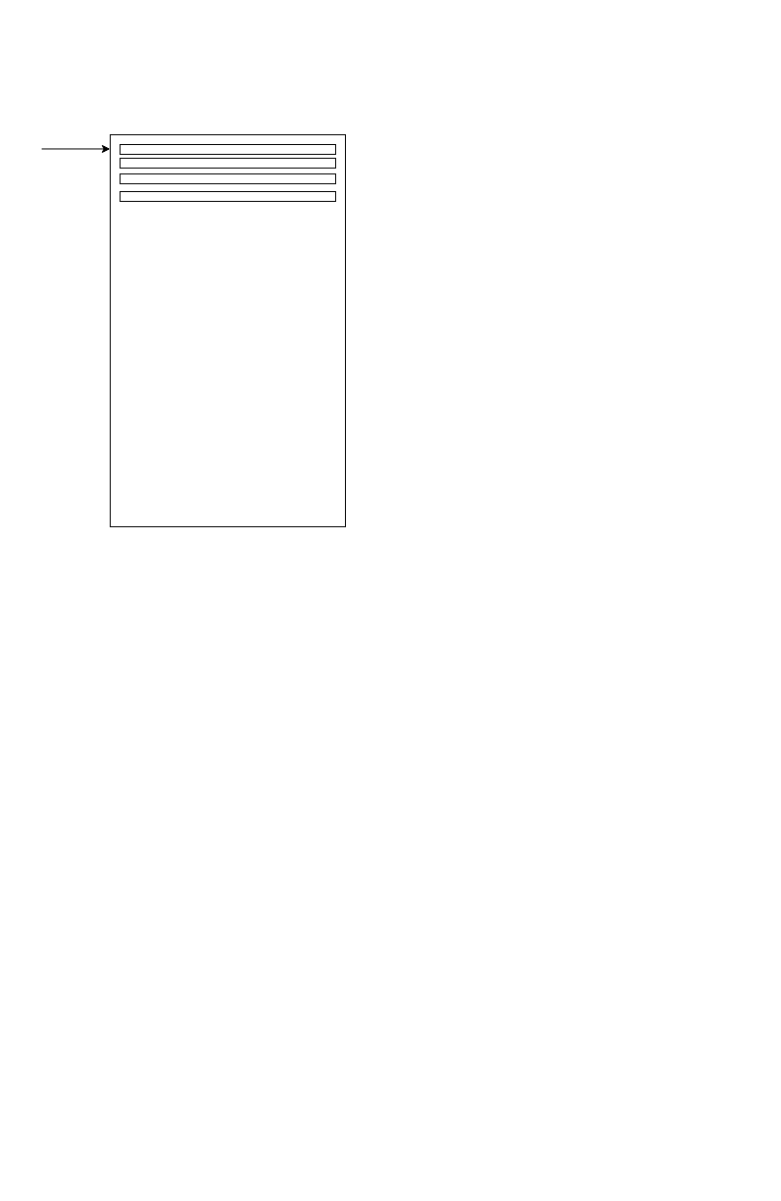
This is Diagramme sans nom.drawio from zeroun01/git, a draw.io file, before an edit. Source tidied: cells renumbered, new cells numbered last; positions are measured from the earlier drawing's top-left corner, leaving out a move shared by most shapes. Both pictures are drawn from the tidied source at 98%, with x=0, y=0 at pixel (41, 134).
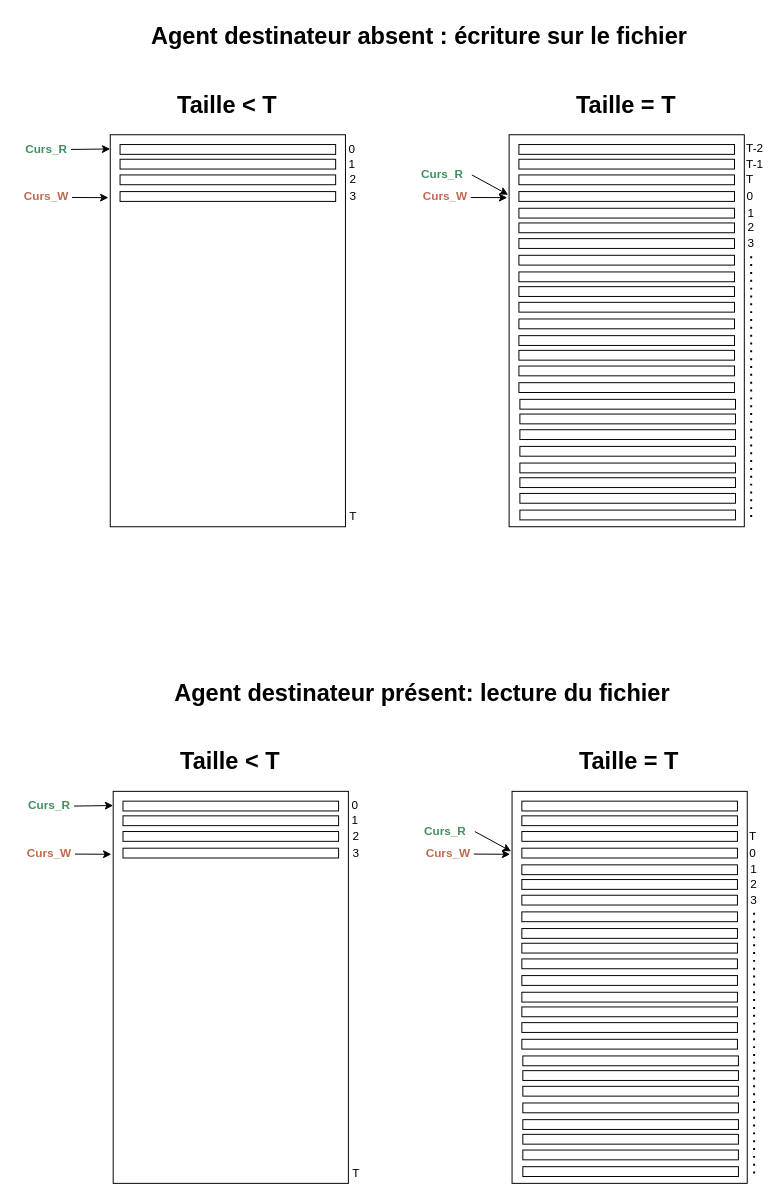
The same diagram, later.

Commit message (it also covers changes not shown here):
Mettre à jour Diagramme sans nom.drawio

Change to the diagram source:
```diff
@@
     <mxCell id="4" style="rounded=0;whiteSpace=wrap;html=1;" parent="1" vertex="1">
-      <mxGeometry x="80" y="24" width="220" height="10" as="geometry" />
+      <mxGeometry x="80" y="25" width="220" height="10" as="geometry" />
     </mxCell>
@@
     <mxCell id="6" style="rounded=0;whiteSpace=wrap;html=1;" parent="1" vertex="1">
-      <mxGeometry x="80" y="40" width="220" height="10" as="geometry" />
+      <mxGeometry x="80" y="41" width="220" height="10" as="geometry" />
     </mxCell>
     <mxCell id="7" style="endArrow=classic;html=1;rounded=0;" parent="1" edge="1">
       <mxGeometry relative="1" as="geometry">
-        <mxPoint y="14.5" as="sourcePoint" />
+        <mxPoint x="30" y="15" as="sourcePoint" />
         <mxPoint x="70" y="14.5" as="targetPoint" />
       </mxGeometry>
     </mxCell>
+    <mxCell id="8" style="endArrow=classic;html=1;rounded=0;entryX=-0.012;entryY=0.163;entryDx=0;entryDy=0;entryPerimeter=0;" parent="1" edge="1">
+      <mxGeometry relative="1" as="geometry">
+        <mxPoint x="31" y="64" as="sourcePoint" />
+        <mxPoint x="68.1" y="64.2" as="targetPoint" />
+      </mxGeometry>
+    </mxCell>
+    <mxCell id="9" value="&lt;div&gt;&lt;font color=&quot;#c2694e&quot;&gt;&lt;b&gt;Curs_W&lt;/b&gt;&lt;/font&gt;&lt;/div&gt;" style="text;html=1;align=center;verticalAlign=middle;whiteSpace=wrap;rounded=0;" parent="1" vertex="1">
+      <mxGeometry x="-25" y="53" width="60" height="20" as="geometry" />
+    </mxCell>
+    <mxCell id="10" value="&lt;b&gt;&lt;font color=&quot;#438f5f&quot;&gt;Curs_R&lt;/font&gt;&lt;/b&gt;" style="text;html=1;align=center;verticalAlign=middle;whiteSpace=wrap;rounded=0;" parent="1" vertex="1">
+      <mxGeometry x="-25" y="5" width="60" height="20" as="geometry" />
+    </mxCell>
+    <mxCell id="11" value="0" style="text;html=1;align=center;verticalAlign=middle;whiteSpace=wrap;rounded=0;" parent="1" vertex="1">
+      <mxGeometry x="312" y="10" width="10" height="10" as="geometry" />
+    </mxCell>
+    <mxCell id="12" value="1" style="text;html=1;align=center;verticalAlign=middle;whiteSpace=wrap;rounded=0;" parent="1" vertex="1">
+      <mxGeometry x="312" y="25" width="10" height="10" as="geometry" />
+    </mxCell>
+    <mxCell id="13" value="2" style="text;html=1;align=center;verticalAlign=middle;whiteSpace=wrap;rounded=0;" parent="1" vertex="1">
+      <mxGeometry x="313" y="41" width="10" height="10" as="geometry" />
+    </mxCell>
+    <mxCell id="14" value="3" style="text;html=1;align=center;verticalAlign=middle;whiteSpace=wrap;rounded=0;" parent="1" vertex="1">
+      <mxGeometry x="313" y="58" width="10" height="10" as="geometry" />
+    </mxCell>
+    <mxCell id="15" value="T" style="text;html=1;align=center;verticalAlign=middle;whiteSpace=wrap;rounded=0;" parent="1" vertex="1">
+      <mxGeometry x="313" y="385" width="10" height="10" as="geometry" />
+    </mxCell>
+    <mxCell id="16" style="rounded=0;whiteSpace=wrap;html=1;" parent="1" vertex="1">
+      <mxGeometry x="477" width="240" height="400" as="geometry" />
+    </mxCell>
+    <mxCell id="17" style="rounded=0;whiteSpace=wrap;html=1;" parent="1" vertex="1">
+      <mxGeometry x="487" y="10" width="220" height="10" as="geometry" />
+    </mxCell>
+    <mxCell id="18" style="rounded=0;whiteSpace=wrap;html=1;" parent="1" vertex="1">
+      <mxGeometry x="487" y="25" width="220" height="10" as="geometry" />
+    </mxCell>
+    <mxCell id="19" style="rounded=0;whiteSpace=wrap;html=1;" parent="1" vertex="1">
+      <mxGeometry x="487" y="58" width="220" height="10" as="geometry" />
+    </mxCell>
+    <mxCell id="20" style="rounded=0;whiteSpace=wrap;html=1;" parent="1" vertex="1">
+      <mxGeometry x="487" y="41" width="220" height="10" as="geometry" />
+    </mxCell>
+    <mxCell id="21" style="endArrow=classic;html=1;rounded=0;entryX=-0.004;entryY=0.153;entryDx=0;entryDy=0;entryPerimeter=0;exitX=1;exitY=0.5;exitDx=0;exitDy=0;" parent="1" edge="1" source="24" target="16">
+      <mxGeometry relative="1" as="geometry" />
+    </mxCell>
+    <mxCell id="22" style="endArrow=classic;html=1;rounded=0;entryX=-0.012;entryY=0.163;entryDx=0;entryDy=0;entryPerimeter=0;" parent="1" edge="1">
+      <mxGeometry relative="1" as="geometry">
+        <mxPoint x="438" y="64" as="sourcePoint" />
+        <mxPoint x="475.1" y="64.2" as="targetPoint" />
+      </mxGeometry>
+    </mxCell>
+    <mxCell id="23" value="&lt;div&gt;&lt;font color=&quot;#c2694e&quot;&gt;&lt;b&gt;Curs_W&lt;/b&gt;&lt;/font&gt;&lt;/div&gt;" style="text;html=1;align=center;verticalAlign=middle;whiteSpace=wrap;rounded=0;" parent="1" vertex="1">
+      <mxGeometry x="382" y="53" width="60" height="20" as="geometry" />
+    </mxCell>
+    <mxCell id="24" value="&lt;b&gt;&lt;font color=&quot;#438f5f&quot;&gt;Curs_R&lt;/font&gt;&lt;/b&gt;" style="text;html=1;align=center;verticalAlign=middle;whiteSpace=wrap;rounded=0;" parent="1" vertex="1">
+      <mxGeometry x="379" y="31" width="60" height="20" as="geometry" />
+    </mxCell>
+    <mxCell id="25" value="0" style="text;html=1;align=center;verticalAlign=middle;whiteSpace=wrap;rounded=0;" parent="1" vertex="1">
+      <mxGeometry x="718" y="58" width="10" height="10" as="geometry" />
+    </mxCell>
+    <mxCell id="26" value="1" style="text;html=1;align=center;verticalAlign=middle;whiteSpace=wrap;rounded=0;" parent="1" vertex="1">
+      <mxGeometry x="719" y="75" width="10" height="10" as="geometry" />
+    </mxCell>
+    <mxCell id="27" value="2" style="text;html=1;align=center;verticalAlign=middle;whiteSpace=wrap;rounded=0;" parent="1" vertex="1">
+      <mxGeometry x="719" y="90" width="10" height="10" as="geometry" />
+    </mxCell>
+    <mxCell id="28" value="3" style="text;html=1;align=center;verticalAlign=middle;whiteSpace=wrap;rounded=0;" parent="1" vertex="1">
+      <mxGeometry x="719" y="106" width="10" height="10" as="geometry" />
+    </mxCell>
+    <mxCell id="29" value="T" style="text;html=1;align=center;verticalAlign=middle;whiteSpace=wrap;rounded=0;" parent="1" vertex="1">
+      <mxGeometry x="718" y="41" width="10" height="10" as="geometry" />
+    </mxCell>
+    <mxCell id="30" style="rounded=0;whiteSpace=wrap;html=1;" parent="1" vertex="1">
+      <mxGeometry x="487" y="75" width="220" height="10" as="geometry" />
+    </mxCell>
+    <mxCell id="31" style="rounded=0;whiteSpace=wrap;html=1;" parent="1" vertex="1">
+      <mxGeometry x="487" y="90" width="220" height="10" as="geometry" />
+    </mxCell>
+    <mxCell id="32" style="rounded=0;whiteSpace=wrap;html=1;" parent="1" vertex="1">
+      <mxGeometry x="487" y="123" width="220" height="10" as="geometry" />
+    </mxCell>
+    <mxCell id="33" style="rounded=0;whiteSpace=wrap;html=1;" parent="1" vertex="1">
+      <mxGeometry x="487" y="106" width="220" height="10" as="geometry" />
+    </mxCell>
+    <mxCell id="34" style="rounded=0;whiteSpace=wrap;html=1;" parent="1" vertex="1">
+      <mxGeometry x="487" y="140" width="220" height="10" as="geometry" />
+    </mxCell>
+    <mxCell id="35" style="rounded=0;whiteSpace=wrap;html=1;" parent="1" vertex="1">
+      <mxGeometry x="487" y="155" width="220" height="10" as="geometry" />
+    </mxCell>
+    <mxCell id="36" style="rounded=0;whiteSpace=wrap;html=1;" parent="1" vertex="1">
+      <mxGeometry x="487" y="188" width="220" height="10" as="geometry" />
+    </mxCell>
+    <mxCell id="37" style="rounded=0;whiteSpace=wrap;html=1;" parent="1" vertex="1">
+      <mxGeometry x="487" y="171" width="220" height="10" as="geometry" />
+    </mxCell>
+    <mxCell id="38" style="rounded=0;whiteSpace=wrap;html=1;" parent="1" vertex="1">
+      <mxGeometry x="487" y="205" width="220" height="10" as="geometry" />
+    </mxCell>
+    <mxCell id="39" style="rounded=0;whiteSpace=wrap;html=1;" parent="1" vertex="1">
+      <mxGeometry x="487" y="220" width="220" height="10" as="geometry" />
+    </mxCell>
+    <mxCell id="40" style="rounded=0;whiteSpace=wrap;html=1;" parent="1" vertex="1">
+      <mxGeometry x="487" y="253" width="220" height="10" as="geometry" />
+    </mxCell>
+    <mxCell id="41" style="rounded=0;whiteSpace=wrap;html=1;" parent="1" vertex="1">
+      <mxGeometry x="487" y="236" width="220" height="10" as="geometry" />
+    </mxCell>
+    <mxCell id="42" style="rounded=0;whiteSpace=wrap;html=1;" parent="1" vertex="1">
+      <mxGeometry x="488" y="270" width="220" height="10" as="geometry" />
+    </mxCell>
+    <mxCell id="43" style="rounded=0;whiteSpace=wrap;html=1;" parent="1" vertex="1">
+      <mxGeometry x="488" y="285" width="220" height="10" as="geometry" />
+    </mxCell>
+    <mxCell id="44" style="rounded=0;whiteSpace=wrap;html=1;" parent="1" vertex="1">
+      <mxGeometry x="488" y="318" width="220" height="10" as="geometry" />
+    </mxCell>
+    <mxCell id="45" style="rounded=0;whiteSpace=wrap;html=1;" parent="1" vertex="1">
+      <mxGeometry x="488" y="301" width="220" height="10" as="geometry" />
+    </mxCell>
+    <mxCell id="46" style="rounded=0;whiteSpace=wrap;html=1;" parent="1" vertex="1">
+      <mxGeometry x="488" y="335" width="220" height="10" as="geometry" />
+    </mxCell>
+    <mxCell id="47" style="rounded=0;whiteSpace=wrap;html=1;" parent="1" vertex="1">
+      <mxGeometry x="488" y="350" width="220" height="10" as="geometry" />
+    </mxCell>
+    <mxCell id="48" style="rounded=0;whiteSpace=wrap;html=1;" parent="1" vertex="1">
+      <mxGeometry x="488" y="383" width="220" height="10" as="geometry" />
+    </mxCell>
+    <mxCell id="49" style="rounded=0;whiteSpace=wrap;html=1;" parent="1" vertex="1">
+      <mxGeometry x="488" y="366" width="220" height="10" as="geometry" />
+    </mxCell>
+    <mxCell id="50" style="endArrow=none;dashed=1;html=1;dashPattern=1 3;strokeWidth=2;rounded=0;" parent="1" edge="1">
+      <mxGeometry relative="1" as="geometry">
+        <mxPoint x="724" y="390" as="sourcePoint" />
+        <mxPoint x="724" y="120" as="targetPoint" />
+      </mxGeometry>
+    </mxCell>
+    <mxCell id="51" value="Taille &amp;lt; T" style="text;strokeColor=none;fillColor=none;html=1;fontSize=24;fontStyle=1;verticalAlign=middle;align=center;" parent="1" vertex="1">
+      <mxGeometry x="70" y="-50" width="238" height="40" as="geometry" />
+    </mxCell>
+    <mxCell id="52" value="Taille = T" style="text;strokeColor=none;fillColor=none;html=1;fontSize=24;fontStyle=1;verticalAlign=middle;align=center;" parent="1" vertex="1">
+      <mxGeometry x="477" y="-50" width="238" height="40" as="geometry" />
+    </mxCell>
+    <mxCell id="53" value="Agent destinateur absent : écriture sur le fichier" style="text;strokeColor=none;fillColor=none;html=1;fontSize=24;fontStyle=1;verticalAlign=middle;align=center;" parent="1" vertex="1">
+      <mxGeometry x="70" y="-120" width="630" height="40" as="geometry" />
+    </mxCell>
+    <mxCell id="54" style="rounded=0;whiteSpace=wrap;html=1;" parent="1" vertex="1">
+      <mxGeometry x="73" y="670" width="240" height="400" as="geometry" />
+    </mxCell>
+    <mxCell id="55" style="rounded=0;whiteSpace=wrap;html=1;" parent="1" vertex="1">
+      <mxGeometry x="83" y="680" width="220" height="10" as="geometry" />
+    </mxCell>
+    <mxCell id="56" style="rounded=0;whiteSpace=wrap;html=1;" parent="1" vertex="1">
+      <mxGeometry x="83" y="695" width="220" height="10" as="geometry" />
+    </mxCell>
+    <mxCell id="57" style="rounded=0;whiteSpace=wrap;html=1;" parent="1" vertex="1">
+      <mxGeometry x="83" y="728" width="220" height="10" as="geometry" />
+    </mxCell>
+    <mxCell id="58" style="rounded=0;whiteSpace=wrap;html=1;" parent="1" vertex="1">
+      <mxGeometry x="83" y="711" width="220" height="10" as="geometry" />
+    </mxCell>
+    <mxCell id="59" style="endArrow=classic;html=1;rounded=0;" parent="1" edge="1">
+      <mxGeometry relative="1" as="geometry">
+        <mxPoint x="33" y="685" as="sourcePoint" />
+        <mxPoint x="73" y="684.5" as="targetPoint" />
+      </mxGeometry>
+    </mxCell>
+    <mxCell id="60" style="endArrow=classic;html=1;rounded=0;entryX=-0.012;entryY=0.163;entryDx=0;entryDy=0;entryPerimeter=0;" parent="1" edge="1">
+      <mxGeometry relative="1" as="geometry">
+        <mxPoint x="34" y="734" as="sourcePoint" />
+        <mxPoint x="71.1" y="734.2" as="targetPoint" />
+      </mxGeometry>
+    </mxCell>
+    <mxCell id="61" value="&lt;div&gt;&lt;font color=&quot;#c2694e&quot;&gt;&lt;b&gt;Curs_W&lt;/b&gt;&lt;/font&gt;&lt;/div&gt;" style="text;html=1;align=center;verticalAlign=middle;whiteSpace=wrap;rounded=0;" parent="1" vertex="1">
+      <mxGeometry x="-22" y="723" width="60" height="20" as="geometry" />
+    </mxCell>
+    <mxCell id="62" value="&lt;b&gt;&lt;font color=&quot;#438f5f&quot;&gt;Curs_R&lt;/font&gt;&lt;/b&gt;" style="text;html=1;align=center;verticalAlign=middle;whiteSpace=wrap;rounded=0;" parent="1" vertex="1">
+      <mxGeometry x="-22" y="675" width="60" height="20" as="geometry" />
+    </mxCell>
+    <mxCell id="63" value="0" style="text;html=1;align=center;verticalAlign=middle;whiteSpace=wrap;rounded=0;" parent="1" vertex="1">
+      <mxGeometry x="315" y="680" width="10" height="10" as="geometry" />
+    </mxCell>
+    <mxCell id="64" value="1" style="text;html=1;align=center;verticalAlign=middle;whiteSpace=wrap;rounded=0;" parent="1" vertex="1">
+      <mxGeometry x="315" y="695" width="10" height="10" as="geometry" />
+    </mxCell>
+    <mxCell id="65" value="2" style="text;html=1;align=center;verticalAlign=middle;whiteSpace=wrap;rounded=0;" parent="1" vertex="1">
+      <mxGeometry x="316" y="711" width="10" height="10" as="geometry" />
+    </mxCell>
+    <mxCell id="66" value="3" style="text;html=1;align=center;verticalAlign=middle;whiteSpace=wrap;rounded=0;" parent="1" vertex="1">
+      <mxGeometry x="316" y="728" width="10" height="10" as="geometry" />
+    </mxCell>
+    <mxCell id="67" value="T" style="text;html=1;align=center;verticalAlign=middle;whiteSpace=wrap;rounded=0;" parent="1" vertex="1">
+      <mxGeometry x="316" y="1055" width="10" height="10" as="geometry" />
+    </mxCell>
+    <mxCell id="68" style="rounded=0;whiteSpace=wrap;html=1;" parent="1" vertex="1">
+      <mxGeometry x="480" y="670" width="240" height="400" as="geometry" />
+    </mxCell>
+    <mxCell id="69" style="rounded=0;whiteSpace=wrap;html=1;" parent="1" vertex="1">
+      <mxGeometry x="490" y="680" width="220" height="10" as="geometry" />
+    </mxCell>
+    <mxCell id="70" style="rounded=0;whiteSpace=wrap;html=1;" parent="1" vertex="1">
+      <mxGeometry x="490" y="695" width="220" height="10" as="geometry" />
+    </mxCell>
+    <mxCell id="71" style="rounded=0;whiteSpace=wrap;html=1;" parent="1" vertex="1">
+      <mxGeometry x="490" y="728" width="220" height="10" as="geometry" />
+    </mxCell>
+    <mxCell id="72" style="rounded=0;whiteSpace=wrap;html=1;" parent="1" vertex="1">
+      <mxGeometry x="490" y="711" width="220" height="10" as="geometry" />
+    </mxCell>
+    <mxCell id="73" style="endArrow=classic;html=1;rounded=0;entryX=-0.004;entryY=0.153;entryDx=0;entryDy=0;entryPerimeter=0;exitX=1;exitY=0.5;exitDx=0;exitDy=0;" parent="1" edge="1" source="76" target="68">
+      <mxGeometry relative="1" as="geometry" />
+    </mxCell>
+    <mxCell id="74" style="endArrow=classic;html=1;rounded=0;entryX=-0.012;entryY=0.163;entryDx=0;entryDy=0;entryPerimeter=0;" parent="1" edge="1">
+      <mxGeometry relative="1" as="geometry">
+        <mxPoint x="441" y="734" as="sourcePoint" />
+        <mxPoint x="478.1" y="734.2" as="targetPoint" />
+      </mxGeometry>
+    </mxCell>
+    <mxCell id="75" value="&lt;div&gt;&lt;font color=&quot;#c2694e&quot;&gt;&lt;b&gt;Curs_W&lt;/b&gt;&lt;/font&gt;&lt;/div&gt;" style="text;html=1;align=center;verticalAlign=middle;whiteSpace=wrap;rounded=0;" parent="1" vertex="1">
+      <mxGeometry x="385" y="723" width="60" height="20" as="geometry" />
+    </mxCell>
+    <mxCell id="76" value="&lt;b&gt;&lt;font color=&quot;#438f5f&quot;&gt;Curs_R&lt;/font&gt;&lt;/b&gt;" style="text;html=1;align=center;verticalAlign=middle;whiteSpace=wrap;rounded=0;" parent="1" vertex="1">
+      <mxGeometry x="382" y="701" width="60" height="20" as="geometry" />
+    </mxCell>
+    <mxCell id="77" value="0" style="text;html=1;align=center;verticalAlign=middle;whiteSpace=wrap;rounded=0;" parent="1" vertex="1">
+      <mxGeometry x="721" y="728" width="10" height="10" as="geometry" />
+    </mxCell>
+    <mxCell id="78" value="1" style="text;html=1;align=center;verticalAlign=middle;whiteSpace=wrap;rounded=0;" parent="1" vertex="1">
+      <mxGeometry x="722" y="745" width="10" height="10" as="geometry" />
+    </mxCell>
+    <mxCell id="79" value="2" style="text;html=1;align=center;verticalAlign=middle;whiteSpace=wrap;rounded=0;" parent="1" vertex="1">
+      <mxGeometry x="722" y="760" width="10" height="10" as="geometry" />
+    </mxCell>
+    <mxCell id="80" value="3" style="text;html=1;align=center;verticalAlign=middle;whiteSpace=wrap;rounded=0;" parent="1" vertex="1">
+      <mxGeometry x="722" y="776" width="10" height="10" as="geometry" />
+    </mxCell>
+    <mxCell id="81" value="T" style="text;html=1;align=center;verticalAlign=middle;whiteSpace=wrap;rounded=0;" parent="1" vertex="1">
+      <mxGeometry x="721" y="711" width="10" height="10" as="geometry" />
+    </mxCell>
+    <mxCell id="82" style="rounded=0;whiteSpace=wrap;html=1;" parent="1" vertex="1">
+      <mxGeometry x="490" y="745" width="220" height="10" as="geometry" />
+    </mxCell>
+    <mxCell id="83" style="rounded=0;whiteSpace=wrap;html=1;" parent="1" vertex="1">
+      <mxGeometry x="490" y="760" width="220" height="10" as="geometry" />
+    </mxCell>
+    <mxCell id="84" style="rounded=0;whiteSpace=wrap;html=1;" parent="1" vertex="1">
+      <mxGeometry x="490" y="793" width="220" height="10" as="geometry" />
+    </mxCell>
+    <mxCell id="85" style="rounded=0;whiteSpace=wrap;html=1;" parent="1" vertex="1">
+      <mxGeometry x="490" y="776" width="220" height="10" as="geometry" />
+    </mxCell>
+    <mxCell id="86" style="rounded=0;whiteSpace=wrap;html=1;" parent="1" vertex="1">
+      <mxGeometry x="490" y="810" width="220" height="10" as="geometry" />
+    </mxCell>
+    <mxCell id="87" style="rounded=0;whiteSpace=wrap;html=1;" parent="1" vertex="1">
+      <mxGeometry x="490" y="825" width="220" height="10" as="geometry" />
+    </mxCell>
+    <mxCell id="88" style="rounded=0;whiteSpace=wrap;html=1;" parent="1" vertex="1">
+      <mxGeometry x="490" y="858" width="220" height="10" as="geometry" />
+    </mxCell>
+    <mxCell id="89" style="rounded=0;whiteSpace=wrap;html=1;" parent="1" vertex="1">
+      <mxGeometry x="490" y="841" width="220" height="10" as="geometry" />
+    </mxCell>
+    <mxCell id="90" style="rounded=0;whiteSpace=wrap;html=1;" parent="1" vertex="1">
+      <mxGeometry x="490" y="875" width="220" height="10" as="geometry" />
+    </mxCell>
+    <mxCell id="91" style="rounded=0;whiteSpace=wrap;html=1;" parent="1" vertex="1">
+      <mxGeometry x="490" y="890" width="220" height="10" as="geometry" />
+    </mxCell>
+    <mxCell id="92" style="rounded=0;whiteSpace=wrap;html=1;" parent="1" vertex="1">
+      <mxGeometry x="490" y="923" width="220" height="10" as="geometry" />
+    </mxCell>
+    <mxCell id="93" style="rounded=0;whiteSpace=wrap;html=1;" parent="1" vertex="1">
+      <mxGeometry x="490" y="906" width="220" height="10" as="geometry" />
+    </mxCell>
+    <mxCell id="94" style="rounded=0;whiteSpace=wrap;html=1;" parent="1" vertex="1">
+      <mxGeometry x="491" y="940" width="220" height="10" as="geometry" />
+    </mxCell>
+    <mxCell id="95" style="rounded=0;whiteSpace=wrap;html=1;" parent="1" vertex="1">
+      <mxGeometry x="491" y="955" width="220" height="10" as="geometry" />
+    </mxCell>
+    <mxCell id="96" style="rounded=0;whiteSpace=wrap;html=1;" parent="1" vertex="1">
+      <mxGeometry x="491" y="988" width="220" height="10" as="geometry" />
+    </mxCell>
+    <mxCell id="97" style="rounded=0;whiteSpace=wrap;html=1;" parent="1" vertex="1">
+      <mxGeometry x="491" y="971" width="220" height="10" as="geometry" />
+    </mxCell>
+    <mxCell id="98" style="rounded=0;whiteSpace=wrap;html=1;" parent="1" vertex="1">
+      <mxGeometry x="491" y="1005" width="220" height="10" as="geometry" />
+    </mxCell>
+    <mxCell id="99" style="rounded=0;whiteSpace=wrap;html=1;" parent="1" vertex="1">
+      <mxGeometry x="491" y="1020" width="220" height="10" as="geometry" />
+    </mxCell>
+    <mxCell id="100" style="rounded=0;whiteSpace=wrap;html=1;" parent="1" vertex="1">
+      <mxGeometry x="491" y="1053" width="220" height="10" as="geometry" />
+    </mxCell>
+    <mxCell id="101" style="rounded=0;whiteSpace=wrap;html=1;" parent="1" vertex="1">
+      <mxGeometry x="491" y="1036" width="220" height="10" as="geometry" />
+    </mxCell>
+    <mxCell id="102" style="endArrow=none;dashed=1;html=1;dashPattern=1 3;strokeWidth=2;rounded=0;" parent="1" edge="1">
+      <mxGeometry relative="1" as="geometry">
+        <mxPoint x="727" y="1060" as="sourcePoint" />
+        <mxPoint x="727" y="790" as="targetPoint" />
+      </mxGeometry>
+    </mxCell>
+    <mxCell id="103" value="Taille &amp;lt; T" style="text;strokeColor=none;fillColor=none;html=1;fontSize=24;fontStyle=1;verticalAlign=middle;align=center;" parent="1" vertex="1">
+      <mxGeometry x="73" y="620" width="238" height="40" as="geometry" />
+    </mxCell>
+    <mxCell id="104" value="Taille = T" style="text;strokeColor=none;fillColor=none;html=1;fontSize=24;fontStyle=1;verticalAlign=middle;align=center;" parent="1" vertex="1">
+      <mxGeometry x="480" y="620" width="238" height="40" as="geometry" />
+    </mxCell>
+    <mxCell id="105" value="Agent destinateur présent: lecture du fichier" style="text;strokeColor=none;fillColor=none;html=1;fontSize=24;fontStyle=1;verticalAlign=middle;align=center;" parent="1" vertex="1">
+      <mxGeometry x="73" y="550" width="630" height="40" as="geometry" />
+    </mxCell>
+    <mxCell id="106" value="T-1" style="text;html=1;align=center;verticalAlign=middle;whiteSpace=wrap;rounded=0;" parent="1" vertex="1">
+      <mxGeometry x="718" y="25" width="20" height="10" as="geometry" />
+    </mxCell>
+    <mxCell id="107" value="T-2" style="text;html=1;align=center;verticalAlign=middle;whiteSpace=wrap;rounded=0;" parent="1" vertex="1">
+      <mxGeometry x="718" y="9" width="20" height="10" as="geometry" />
+    </mxCell>
```
